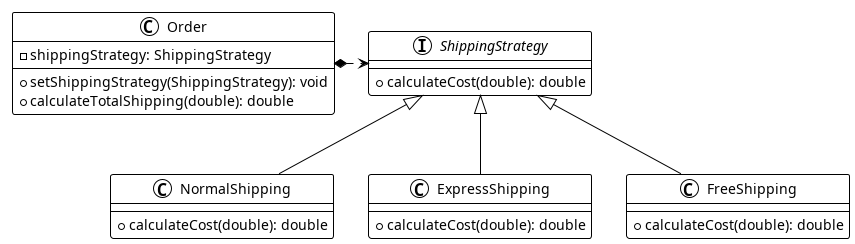
The PlantUML diagram padroes-de-projeto/diagrams/strategy_pattern.png in dutrajy/bertoti, before a commit.
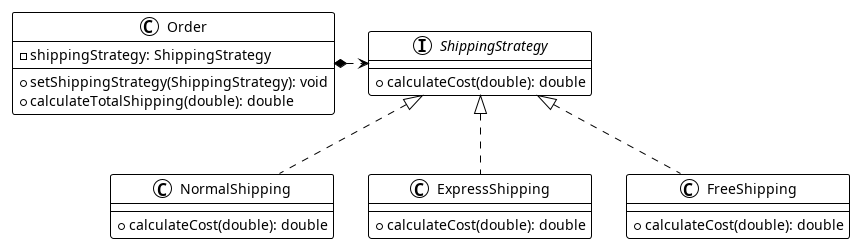
The same diagram one commit later.

Diff of the diagram source:
```diff
@@ -23,8 +23,8 @@
 }
 
 Order *.right.> ShippingStrategy
-ShippingStrategy <|-- NormalShipping
-ShippingStrategy <|-- ExpressShipping
-ShippingStrategy <|-- FreeShipping
+ShippingStrategy <|.. NormalShipping
+ShippingStrategy <|.. ExpressShipping
+ShippingStrategy <|.. FreeShipping
 
 @enduml
```
